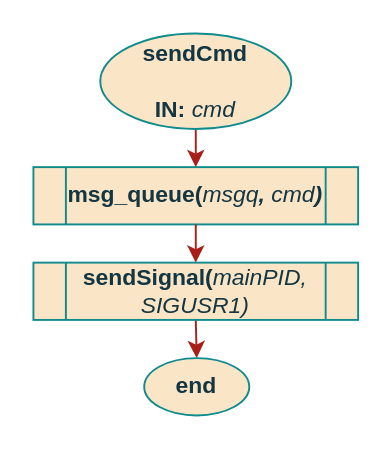
Before: page "sendCmd" (9 of 9) of documentation/flowcharts/LS/LSThreads.drawio in ESRGgroup9/slipad, a draw.io diagram. Source tidied: cells renumbered, new cells numbered last; positions are measured from the earlier drawing's top-left corner, leaving out a move shared by most shapes. Both pictures are drawn from the tidied source at 191%, with x=0, y=0 at pixel (32, 32).
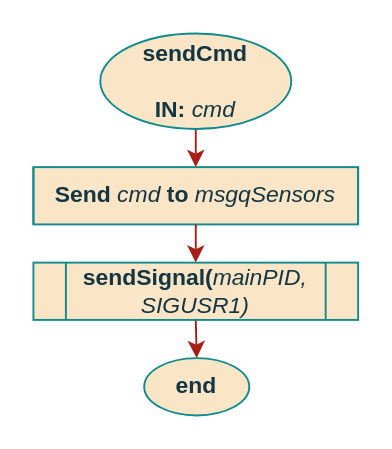
The same page after the edit.

Diff of the diagram source:
```diff
@@
 <mxGraphModel>
   <root>
     <mxCell id="0" />
     <mxCell id="1" parent="0" />
-    <mxCell id="2" value="&lt;div&gt;msg_queue(&lt;i&gt;&lt;span style=&quot;font-weight: normal&quot;&gt;msgq&lt;/span&gt;, &lt;/i&gt;&lt;span style=&quot;font-weight: normal&quot;&gt;&lt;i&gt;cmd&lt;b&gt;)&lt;/b&gt;&lt;/i&gt;&lt;/span&gt;&lt;/div&gt;" style="shape=process;whiteSpace=wrap;html=1;backgroundOutline=1;rounded=0;sketch=0;fontColor=#143642;strokeColor=#0F8B8D;fillColor=#FAE5C7;fontStyle=1;" parent="1" vertex="1">
+    <mxCell id="2" value="Send &lt;span style=&quot;font-weight: normal&quot;&gt;&lt;i&gt;cmd &lt;/i&gt;&lt;/span&gt;to &lt;span style=&quot;font-weight: normal&quot;&gt;&lt;i&gt;msgqSensors&lt;/i&gt;&lt;/span&gt;" style="shape=process;whiteSpace=wrap;html=1;backgroundOutline=1;rounded=0;sketch=0;fontColor=#143642;strokeColor=#0F8B8D;fillColor=#FAE5C7;fontStyle=1;size=0;" parent="1" vertex="1">
       <mxGeometry y="70" width="170" height="30" as="geometry" />
     </mxCell>
     <mxCell id="3" style="edgeStyle=orthogonalEdgeStyle;curved=0;rounded=1;sketch=0;jettySize=auto;html=1;exitX=0.5;exitY=1;exitDx=0;exitDy=0;entryX=0.5;entryY=0;entryDx=0;entryDy=0;fontColor=#143642;strokeColor=#A8201A;fillColor=#FAE5C7;" parent="1" edge="1" source="2" target="5">
       <mxGeometry relative="1" as="geometry" />
     </mxCell>
     <mxCell id="4" style="edgeStyle=orthogonalEdgeStyle;curved=0;rounded=1;sketch=0;jettySize=auto;html=1;exitX=0.5;exitY=1;exitDx=0;exitDy=0;entryX=0.5;entryY=0;entryDx=0;entryDy=0;fontColor=#143642;strokeColor=#A8201A;fillColor=#FAE5C7;" parent="1" edge="1" source="5" target="8">
       <mxGeometry relative="1" as="geometry" />
     </mxCell>
     <mxCell id="5" value="sendSignal(&lt;span style=&quot;font-weight: normal&quot;&gt;&lt;i&gt;mainPID, SIGUSR1)&lt;br&gt;&lt;/i&gt;&lt;/span&gt;" style="shape=process;whiteSpace=wrap;html=1;backgroundOutline=1;rounded=0;sketch=0;fontColor=#143642;strokeColor=#0F8B8D;fillColor=#FAE5C7;fontStyle=1;" parent="1" vertex="1">
       <mxGeometry y="120" width="170" height="30" as="geometry" />
     </mxCell>
     <mxCell id="6" style="edgeStyle=orthogonalEdgeStyle;curved=0;rounded=1;sketch=0;jettySize=auto;html=1;exitX=0.5;exitY=1;exitDx=0;exitDy=0;entryX=0.5;entryY=0;entryDx=0;entryDy=0;fontColor=#143642;strokeColor=#A8201A;fillColor=#FAE5C7;" parent="1" edge="1" source="7" target="2">
       <mxGeometry relative="1" as="geometry" />
     </mxCell>
     <mxCell id="7" value="&lt;div&gt;sendCmd&lt;/div&gt;&lt;div&gt;&lt;br&gt;&lt;/div&gt;&lt;div&gt;IN: &lt;i&gt;&lt;span style=&quot;font-weight: normal&quot;&gt;cmd&lt;/span&gt;&lt;/i&gt;&lt;br&gt;&lt;/div&gt;" style="ellipse;whiteSpace=wrap;html=1;fontFamily=Helvetica;fillColor=#FAE5C7;strokeColor=#0F8B8D;fontColor=#143642;fontStyle=1;" parent="1" vertex="1">
       <mxGeometry x="35" width="100" height="50" as="geometry" />
     </mxCell>
     <mxCell id="8" value="end" style="ellipse;whiteSpace=wrap;html=1;fontFamily=Helvetica;fillColor=#FAE5C7;strokeColor=#0F8B8D;fontColor=#143642;fontStyle=1;" parent="1" vertex="1">
       <mxGeometry x="58" y="170" width="55" height="30" as="geometry" />
     </mxCell>
   </root>
 </mxGraphModel>
```
